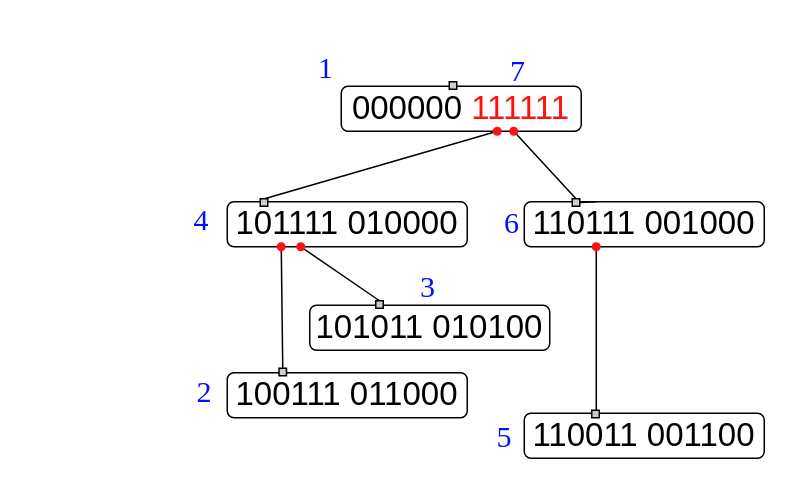
The draw.io diagram Trees/CCRtrees/Binary/CCR3/CCR3.6.drawio in Al-ttaeeA/research, before the edit. Source tidied: cells renumbered, new cells numbered last; positions are measured from the earlier drawing's top-left corner, leaving out a move shared by most shapes. Both pictures are drawn from the tidied source at 150%, with x=0, y=0 at pixel (156, 44).
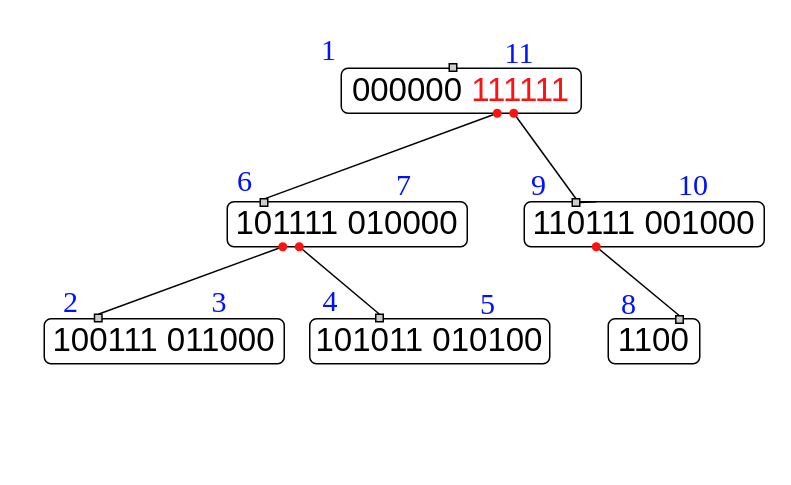
After the change.

Unchanged cells that the change refers to:
```xml
<mxCell id="27" style="shape=waypoint;sketch=0;fillStyle=solid;size=6;points=[];fillColor=none;perimeter=centerPerimeter;snapToPoint=1;strokeColor=#FF1111;" parent="1" vertex="1">
  <mxGeometry x="283" y="125" width="20" height="20" as="geometry" />
</mxCell>
```

What changed in the source:
```diff
@@
-    <mxCell id="2" style="endArrow=none;html=1;rounded=0;entryX=0.145;entryY=0.869;entryDx=0;entryDy=0;entryPerimeter=0;exitX=0.3;exitY=0.086;exitDx=0;exitDy=0;exitPerimeter=0;" parent="1" edge="1" source="10" target="27">
+    <mxCell id="2" style="endArrow=none;html=1;rounded=0;entryX=0.145;entryY=0.869;entryDx=0;entryDy=0;entryPerimeter=0;exitX=0.5;exitY=0;exitDx=0;exitDy=0;" parent="1" edge="1" source="17" target="27">
       <mxGeometry relative="1" as="geometry" />
     </mxCell>
@@
     <mxCell id="7" value="&lt;font style=&quot;font-size: 22px;&quot;&gt;000000 &lt;font style=&quot;color: rgb(255, 17, 17);&quot;&gt;111111&lt;/font&gt;&lt;/font&gt;" style="rounded=1;whiteSpace=wrap;html=1;" parent="1" vertex="1">
-      <mxGeometry x="123" y="28" width="160" height="30" as="geometry" />
+      <mxGeometry x="123" y="16" width="160" height="30" as="geometry" />
     </mxCell>
@@
     <mxCell id="9" value="&lt;font style=&quot;font-size: 22px;&quot;&gt;100111 011000&lt;/font&gt;" style="rounded=1;whiteSpace=wrap;html=1;" parent="1" vertex="1">
-      <mxGeometry x="47" y="219" width="160" height="30" as="geometry" />
+      <mxGeometry x="-75" y="183" width="160" height="30" as="geometry" />
     </mxCell>
-    <mxCell id="10" value="&lt;font style=&quot;font-size: 22px;&quot;&gt;110011 001100&lt;/font&gt;" style="rounded=1;whiteSpace=wrap;html=1;" parent="1" vertex="1">
-      <mxGeometry x="245" y="246" width="160" height="30" as="geometry" />
+    <mxCell id="10" value="&lt;font style=&quot;font-size: 22px;&quot;&gt;&lt;font style=&quot;color: rgb(0, 0, 0);&quot;&gt;1100&lt;/font&gt;&lt;/font&gt;" style="rounded=1;whiteSpace=wrap;html=1;" parent="1" vertex="1">
+      <mxGeometry x="301" y="183" width="61" height="30" as="geometry" />
     </mxCell>
     <mxCell id="11" value="&lt;font style=&quot;font-size: 22px;&quot;&gt;101011 010100&lt;/font&gt;" style="rounded=1;whiteSpace=wrap;html=1;" parent="1" vertex="1">
-      <mxGeometry x="102" y="174" width="160" height="30" as="geometry" />
+      <mxGeometry x="102" y="183" width="160" height="30" as="geometry" />
     </mxCell>
@@
     <mxCell id="13" style="endArrow=none;html=1;rounded=0;entryX=0.392;entryY=0.994;entryDx=0;entryDy=0;exitDx=0;exitDy=0;entryPerimeter=0;exitPerimeter=0;" parent="1" edge="1" target="7">
       <mxGeometry relative="1" as="geometry">
-        <mxPoint x="185" y="58" as="sourcePoint" />
+        <mxPoint x="185" y="46" as="sourcePoint" />
       </mxGeometry>
     </mxCell>
@@
     <mxCell id="15" style="rounded=0;whiteSpace=wrap;html=1;fillColor=#CCCCCC;" parent="1" vertex="1">
-      <mxGeometry x="195" y="25" width="5" height="5" as="geometry" />
+      <mxGeometry x="195" y="13" width="5" height="5" as="geometry" />
     </mxCell>
     <mxCell id="16" style="rounded=0;whiteSpace=wrap;html=1;fillColor=#CCCCCC;" parent="1" vertex="1">
-      <mxGeometry x="81.5" y="216" width="5" height="5" as="geometry" />
+      <mxGeometry x="-41.5" y="180" width="5" height="5" as="geometry" />
     </mxCell>
     <mxCell id="17" style="rounded=0;whiteSpace=wrap;html=1;fillColor=#CCCCCC;" parent="1" vertex="1">
-      <mxGeometry x="290" y="244" width="5" height="5" as="geometry" />
+      <mxGeometry x="346" y="181" width="5" height="5" as="geometry" />
     </mxCell>
     <mxCell id="18" style="shape=waypoint;sketch=0;fillStyle=solid;size=6;points=[];fillColor=none;perimeter=centerPerimeter;snapToPoint=1;strokeColor=#FF1111;" parent="1" vertex="1">
-      <mxGeometry x="217" y="48" width="20" height="20" as="geometry" />
+      <mxGeometry x="217" y="36" width="20" height="20" as="geometry" />
     </mxCell>
     <mxCell id="19" style="shape=waypoint;sketch=0;fillStyle=solid;size=6;points=[];fillColor=none;perimeter=centerPerimeter;snapToPoint=1;strokeColor=#FF1111;" parent="1" vertex="1">
-      <mxGeometry x="73" y="125" width="20" height="20" as="geometry" />
+      <mxGeometry x="74" y="125" width="20" height="20" as="geometry" />
     </mxCell>
     <mxCell id="20" style="shape=waypoint;sketch=0;fillStyle=solid;size=6;points=[];fillColor=none;perimeter=centerPerimeter;snapToPoint=1;strokeColor=#FF1111;" parent="1" vertex="1">
-      <mxGeometry x="86" y="125" width="20" height="20" as="geometry" />
+      <mxGeometry x="85" y="125" width="20" height="20" as="geometry" />
     </mxCell>
@@
     <mxCell id="22" style="rounded=0;whiteSpace=wrap;html=1;fillColor=#CCCCCC;" parent="1" vertex="1">
-      <mxGeometry x="146" y="171" width="5" height="5" as="geometry" />
+      <mxGeometry x="146" y="180" width="5" height="5" as="geometry" />
     </mxCell>
@@
     <mxCell id="25" value="&lt;font style=&quot;color: rgb(0, 17, 255); font-size: 20px;&quot; face=&quot;Times New Roman&quot;&gt;1&lt;/font&gt;" style="text;html=1;whiteSpace=wrap;strokeColor=none;fillColor=none;align=center;verticalAlign=middle;rounded=0;" parent="1" vertex="1">
-      <mxGeometry x="83" width="60" height="30" as="geometry" />
+      <mxGeometry x="85" y="-12" width="60" height="30" as="geometry" />
     </mxCell>
     <mxCell id="26" style="shape=waypoint;sketch=0;fillStyle=solid;size=6;points=[];fillColor=none;perimeter=centerPerimeter;snapToPoint=1;strokeColor=#FF1111;" parent="1" vertex="1">
-      <mxGeometry x="228" y="48" width="20" height="20" as="geometry" />
+      <mxGeometry x="228" y="36" width="20" height="20" as="geometry" />
     </mxCell>
@@
     <mxCell id="28" value="&lt;font style=&quot;color: rgb(0, 17, 255); font-size: 20px;&quot; face=&quot;Times New Roman&quot;&gt;2&lt;/font&gt;" style="text;html=1;whiteSpace=wrap;strokeColor=none;fillColor=none;align=center;verticalAlign=middle;rounded=0;" parent="1" vertex="1">
-      <mxGeometry x="2" y="216" width="60" height="30" as="geometry" />
+      <mxGeometry x="-87" y="156" width="60" height="30" as="geometry" />
     </mxCell>
     <mxCell id="29" value="&lt;font style=&quot;color: rgb(0, 17, 255); font-size: 20px;&quot; face=&quot;Times New Roman&quot;&gt;3&lt;/font&gt;" style="text;html=1;whiteSpace=wrap;strokeColor=none;fillColor=none;align=center;verticalAlign=middle;rounded=0;" parent="1" vertex="1">
-      <mxGeometry x="151" y="146" width="60" height="30" as="geometry" />
+      <mxGeometry x="12" y="156" width="60" height="30" as="geometry" />
     </mxCell>
     <mxCell id="30" value="&lt;font style=&quot;color: rgb(0, 17, 255); font-size: 20px;&quot; face=&quot;Times New Roman&quot;&gt;4&lt;/font&gt;" style="text;html=1;whiteSpace=wrap;strokeColor=none;fillColor=none;align=center;verticalAlign=middle;rounded=0;" parent="1" vertex="1">
-      <mxGeometry y="101" width="60" height="30" as="geometry" />
+      <mxGeometry x="86" y="155" width="60" height="30" as="geometry" />
     </mxCell>
-    <mxCell id="31" value="&lt;font style=&quot;color: rgb(0, 17, 255); font-size: 20px;&quot; face=&quot;Times New Roman&quot;&gt;5&lt;/font&gt;" style="text;html=1;whiteSpace=wrap;strokeColor=none;fillColor=none;align=center;verticalAlign=middle;rounded=0;" parent="1" vertex="1">
-      <mxGeometry x="202" y="246" width="60" height="30" as="geometry" />
+    <mxCell id="31" value="&lt;font color=&quot;#0011ff&quot; face=&quot;Times New Roman&quot;&gt;&lt;span style=&quot;font-size: 20px;&quot;&gt;5&lt;/span&gt;&lt;/font&gt;" style="text;html=1;whiteSpace=wrap;strokeColor=none;fillColor=none;align=center;verticalAlign=middle;rounded=0;" parent="1" vertex="1">
+      <mxGeometry x="191" y="157" width="60" height="30" as="geometry" />
     </mxCell>
     <mxCell id="32" value="&lt;font style=&quot;color: rgb(0, 17, 255); font-size: 20px;&quot; face=&quot;Times New Roman&quot;&gt;6&lt;/font&gt;" style="text;html=1;whiteSpace=wrap;strokeColor=none;fillColor=none;align=center;verticalAlign=middle;rounded=0;" parent="1" vertex="1">
-      <mxGeometry x="207" y="104" width="60" height="27" as="geometry" />
+      <mxGeometry x="29" y="75" width="60" height="30" as="geometry" />
     </mxCell>
     <mxCell id="33" value="&lt;font style=&quot;color: rgb(0, 17, 255); font-size: 20px;&quot; face=&quot;Times New Roman&quot;&gt;7&lt;/font&gt;" style="text;html=1;whiteSpace=wrap;strokeColor=none;fillColor=none;align=center;verticalAlign=middle;rounded=0;" parent="1" vertex="1">
-      <mxGeometry x="211" y="2" width="60" height="30" as="geometry" />
+      <mxGeometry x="135" y="78" width="60" height="30" as="geometry" />
     </mxCell>
+    <mxCell id="34" value="&lt;font style=&quot;color: rgb(0, 17, 255); font-size: 20px;&quot; face=&quot;Times New Roman&quot;&gt;8&lt;/font&gt;" style="text;html=1;whiteSpace=wrap;strokeColor=none;fillColor=none;align=center;verticalAlign=middle;rounded=0;" parent="1" vertex="1">
+      <mxGeometry x="285" y="157" width="60" height="30" as="geometry" />
+    </mxCell>
+    <mxCell id="35" value="&lt;font style=&quot;color: rgb(0, 17, 255); font-size: 20px;&quot; face=&quot;Times New Roman&quot;&gt;9&lt;/font&gt;" style="text;html=1;whiteSpace=wrap;strokeColor=none;fillColor=none;align=center;verticalAlign=middle;rounded=0;" parent="1" vertex="1">
+      <mxGeometry x="225" y="78" width="60" height="30" as="geometry" />
+    </mxCell>
+    <mxCell id="36" value="&lt;font style=&quot;color: rgb(0, 17, 255); font-size: 20px;&quot; face=&quot;Times New Roman&quot;&gt;10&lt;/font&gt;" style="text;html=1;whiteSpace=wrap;strokeColor=none;fillColor=none;align=center;verticalAlign=middle;rounded=0;" parent="1" vertex="1">
+      <mxGeometry x="328" y="78" width="60" height="30" as="geometry" />
+    </mxCell>
+    <mxCell id="37" value="&lt;font style=&quot;color: rgb(0, 17, 255); font-size: 20px;&quot; face=&quot;Times New Roman&quot;&gt;11&lt;/font&gt;" style="text;html=1;whiteSpace=wrap;strokeColor=none;fillColor=none;align=center;verticalAlign=middle;rounded=0;" parent="1" vertex="1">
+      <mxGeometry x="212" y="-10" width="60" height="30" as="geometry" />
+    </mxCell>
```
